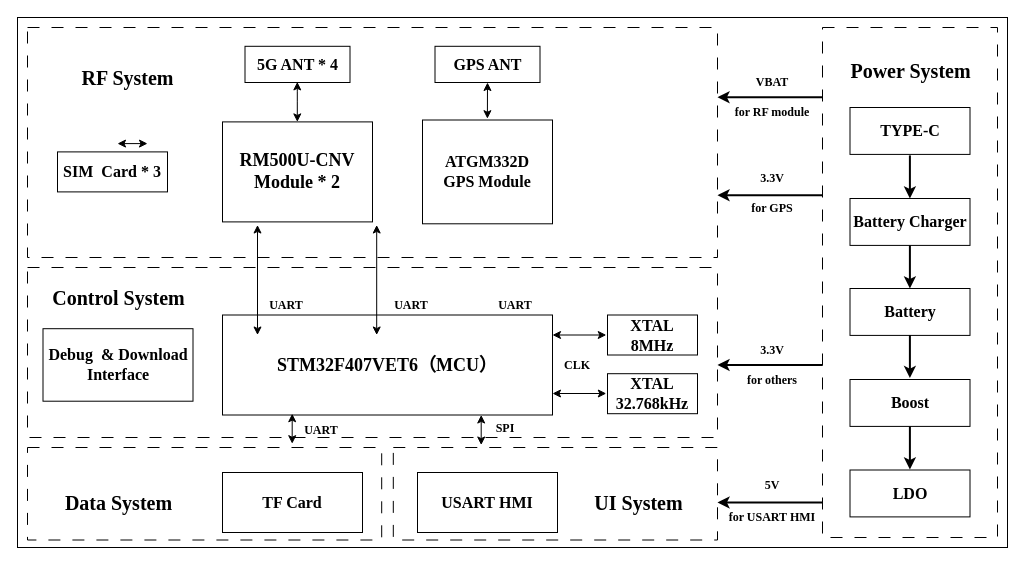
zeandon/draw.io keeps this draw.io diagram as ICCC_block_V4.0.drawio. Above is the earlier version. Source tidied: cells renumbered, new cells numbered last; positions are measured from the earlier drawing's top-left corner, leaving out a move shared by most shapes. Both pictures are drawn from the tidied source at 100%, with x=0, y=0 at pixel (17, 17).
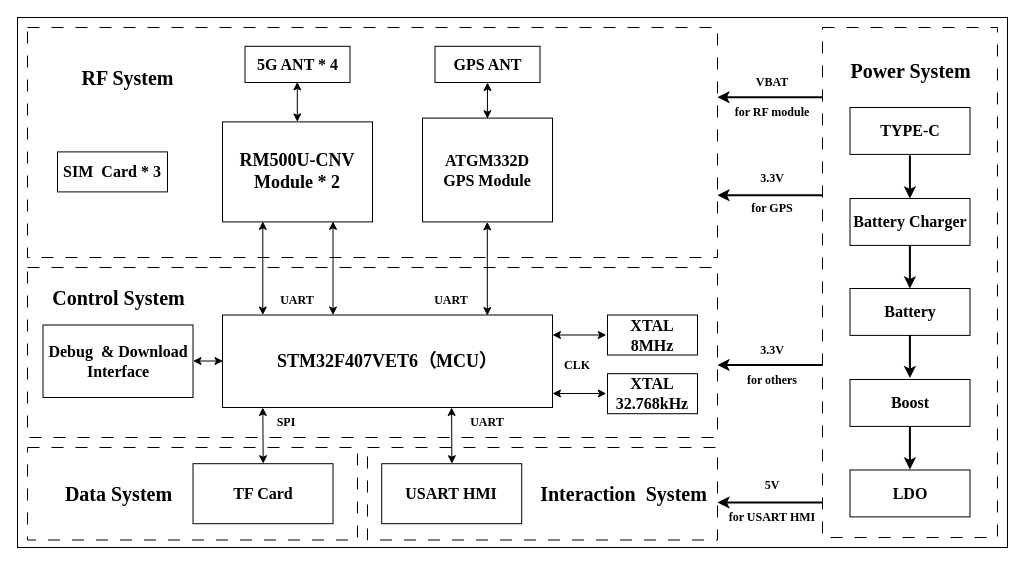
Above is the later version.

The edit, as a diff of the source:
```diff
@@
     <mxCell id="3" style="rounded=0;whiteSpace=wrap;html=1;fontStyle=1;fontFamily=Times New Roman;fontSize=16;dashed=1;dashPattern=12 12;" parent="1" vertex="1">
-      <mxGeometry x="375.8" y="430" width="324.2" height="92.5" as="geometry" />
+      <mxGeometry x="350" y="430" width="350" height="92.5" as="geometry" />
     </mxCell>
     <mxCell id="4" style="rounded=0;whiteSpace=wrap;html=1;fontStyle=1;fontFamily=Times New Roman;fontSize=16;dashed=1;dashPattern=12 12;" parent="1" vertex="1">
-      <mxGeometry x="10" y="430" width="354.2" height="92.5" as="geometry" />
+      <mxGeometry x="10" y="430" width="330" height="92.5" as="geometry" />
     </mxCell>
@@
     <mxCell id="11" value="UART" style="text;html=1;whiteSpace=wrap;strokeColor=none;fillColor=none;align=center;verticalAlign=middle;rounded=0;fontStyle=1;fontSize=12;fontFamily=Times New Roman;" parent="1" vertex="1">
-      <mxGeometry x="239" y="272.5" width="60" height="30" as="geometry" />
+      <mxGeometry x="250" y="267.5" width="60" height="30" as="geometry" />
     </mxCell>
     <mxCell id="12" value="UART" style="text;html=1;whiteSpace=wrap;strokeColor=none;fillColor=none;align=center;verticalAlign=middle;rounded=0;fontStyle=1;fontSize=12;fontFamily=Times New Roman;" parent="1" vertex="1">
-      <mxGeometry x="364.2" y="272.5" width="60" height="30" as="geometry" />
+      <mxGeometry x="404" y="267.5" width="60" height="30" as="geometry" />
     </mxCell>
@@
     <mxCell id="14" value="STM32F407V&lt;span style=&quot;background-color: transparent; color: light-dark(rgb(0, 0, 0), rgb(255, 255, 255));&quot;&gt;ET6（MCU）&lt;/span&gt;" style="rounded=0;whiteSpace=wrap;html=1;fontStyle=1;fontFamily=Times New Roman;fontSize=18;" parent="1" vertex="1">
-      <mxGeometry x="205" y="297.5" width="330" height="100" as="geometry" />
+      <mxGeometry x="205" y="297.5" width="330" height="92.5" as="geometry" />
     </mxCell>
@@
     <mxCell id="16" value="Debug&amp;nbsp; &amp;amp; Download Interface" style="rounded=0;whiteSpace=wrap;html=1;fontStyle=1;fontFamily=Times New Roman;fontSize=16;" parent="1" vertex="1">
-      <mxGeometry x="25.5" y="311.2" width="150" height="72.5" as="geometry" />
+      <mxGeometry x="25.5" y="307.5" width="150" height="72.5" as="geometry" />
     </mxCell>
     <mxCell id="17" value="USART&amp;nbsp;&lt;span style=&quot;background-color: transparent; color: light-dark(rgb(0, 0, 0), rgb(255, 255, 255));&quot;&gt;HMI&lt;/span&gt;" style="rounded=0;whiteSpace=wrap;html=1;fontStyle=1;fontFamily=Times New Roman;fontSize=16;" parent="1" vertex="1">
-      <mxGeometry x="400" y="455" width="140" height="60" as="geometry" />
+      <mxGeometry x="364.2" y="446.2" width="140" height="60" as="geometry" />
     </mxCell>
@@
     <mxCell id="24" value="TF Card" style="rounded=0;whiteSpace=wrap;html=1;fontStyle=1;fontFamily=Times New Roman;fontSize=16;" parent="1" vertex="1">
-      <mxGeometry x="205" y="455" width="140" height="60" as="geometry" />
+      <mxGeometry x="175.5" y="446.2" width="140" height="60" as="geometry" />
     </mxCell>
     <mxCell id="25" style="endArrow=classic;startArrow=classic;html=1;rounded=0;fontFamily=Times New Roman;" parent="1" edge="1">
       <mxGeometry relative="1" as="geometry">
-        <mxPoint x="100" y="126.1" as="sourcePoint" />
-        <mxPoint x="130" y="126.1" as="targetPoint" />
+        <mxPoint x="175.5" y="343.5" as="sourcePoint" />
+        <mxPoint x="205.5" y="343.5" as="targetPoint" />
       </mxGeometry>
     </mxCell>
@@
     <mxCell id="34" value="&lt;div&gt;&lt;div class=&quot;old-record-id-EkiNdZjjBor4kKx9q06cBJtBn5e&quot;&gt;ATGM332D&lt;/div&gt;&lt;/div&gt;&lt;span data-lark-record-data=&quot;{&amp;quot;rootId&amp;quot;:&amp;quot;WC7idygdLo3EwxxI4wccTYTrntd&amp;quot;,&amp;quot;text&amp;quot;:{&amp;quot;initialAttributedTexts&amp;quot;:{&amp;quot;text&amp;quot;:{&amp;quot;0&amp;quot;:&amp;quot;ATGM332D&amp;quot;},&amp;quot;attribs&amp;quot;:{&amp;quot;0&amp;quot;:&amp;quot;*0+8&amp;quot;}},&amp;quot;apool&amp;quot;:{&amp;quot;numToAttrib&amp;quot;:{&amp;quot;0&amp;quot;:[&amp;quot;author&amp;quot;,&amp;quot;7430727519390695452&amp;quot;]},&amp;quot;nextNum&amp;quot;:1}},&amp;quot;type&amp;quot;:&amp;quot;text&amp;quot;,&amp;quot;referenceRecordMap&amp;quot;:{},&amp;quot;extra&amp;quot;:{&amp;quot;channel&amp;quot;:&amp;quot;saas&amp;quot;,&amp;quot;isEqualBlockSelection&amp;quot;:false,&amp;quot;pasteRandomId&amp;quot;:&amp;quot;4cfd0e9a-30e1-4352-a2b7-8c5324ee6488&amp;quot;,&amp;quot;mention_page_title&amp;quot;:{},&amp;quot;external_mention_url&amp;quot;:{}},&amp;quot;isKeepQuoteContainer&amp;quot;:false,&amp;quot;isFromCode&amp;quot;:false,&amp;quot;selection&amp;quot;:[{&amp;quot;id&amp;quot;:43,&amp;quot;type&amp;quot;:&amp;quot;text&amp;quot;,&amp;quot;selection&amp;quot;:{&amp;quot;start&amp;quot;:46,&amp;quot;end&amp;quot;:54},&amp;quot;recordId&amp;quot;:&amp;quot;EkiNdZjjBor4kKx9q06cBJtBn5e&amp;quot;}],&amp;quot;payloadMap&amp;quot;:{},&amp;quot;isCut&amp;quot;:false}&quot; class=&quot;lark-record-clipboard&quot;&gt;&lt;/span&gt;GPS Module" style="rounded=0;whiteSpace=wrap;html=1;fontStyle=1;fontFamily=Times New Roman;fontSize=16;" parent="1" vertex="1">
-      <mxGeometry x="405" y="102.5" width="130" height="103.8" as="geometry" />
+      <mxGeometry x="405" y="100.6" width="130" height="103.8" as="geometry" />
     </mxCell>
@@
     <mxCell id="36" value="UART" style="text;html=1;whiteSpace=wrap;strokeColor=none;fillColor=none;align=center;verticalAlign=middle;rounded=0;fontStyle=1;fontSize=12;fontFamily=Times New Roman;" parent="1" vertex="1">
-      <mxGeometry x="274.2" y="397.5" width="60" height="30" as="geometry" />
+      <mxGeometry x="440" y="390" width="60" height="30" as="geometry" />
     </mxCell>
-    <mxCell id="37" value="UART" style="text;html=1;whiteSpace=wrap;strokeColor=none;fillColor=none;align=center;verticalAlign=middle;rounded=0;fontStyle=1;fontSize=12;fontFamily=Times New Roman;" parent="1" vertex="1">
-      <mxGeometry x="467.5" y="272.5" width="60" height="30" as="geometry" />
-    </mxCell>
     <mxCell id="38" value="SPI" style="text;html=1;whiteSpace=wrap;strokeColor=none;fillColor=none;align=center;verticalAlign=middle;rounded=0;fontStyle=1;fontSize=12;fontFamily=Times New Roman;" parent="1" vertex="1">
-      <mxGeometry x="467.5" y="396.2" width="40" height="30" as="geometry" />
+      <mxGeometry x="249" y="390" width="40" height="30" as="geometry" />
     </mxCell>
@@
-    <mxCell id="42" style="endArrow=classic;startArrow=classic;html=1;rounded=0;fontFamily=Times New Roman;" parent="1" edge="1">
-      <mxGeometry relative="1" as="geometry">
-        <mxPoint x="463.7" y="427.5" as="sourcePoint" />
-        <mxPoint x="463.7" y="397.5" as="targetPoint" />
-      </mxGeometry>
-    </mxCell>
@@
-    <mxCell id="49" style="endArrow=classic;startArrow=classic;html=1;rounded=0;fontFamily=Times New Roman;" parent="1" edge="1">
-      <mxGeometry relative="1" as="geometry">
-        <mxPoint x="240" y="317.5" as="sourcePoint" />
-        <mxPoint x="240" y="207.5" as="targetPoint" />
-      </mxGeometry>
-    </mxCell>
-    <mxCell id="50" style="endArrow=classic;startArrow=classic;html=1;rounded=0;fontFamily=Times New Roman;" parent="1" edge="1">
-      <mxGeometry relative="1" as="geometry">
-        <mxPoint x="359.2" y="317.5" as="sourcePoint" />
-        <mxPoint x="359.2" y="207.5" as="targetPoint" />
-      </mxGeometry>
-    </mxCell>
@@
-    <mxCell id="57" style="endArrow=classic;startArrow=classic;html=1;rounded=0;fontFamily=Times New Roman;" parent="1" edge="1">
-      <mxGeometry relative="1" as="geometry">
-        <mxPoint x="274.7" y="426.2" as="sourcePoint" />
-        <mxPoint x="274.7" y="396.2" as="targetPoint" />
-      </mxGeometry>
-    </mxCell>
     <mxCell id="58" value="&lt;font&gt;Data System&lt;/font&gt;" style="text;strokeColor=none;fillColor=none;html=1;fontSize=20;fontStyle=1;verticalAlign=middle;align=center;fontFamily=Times New Roman;" parent="1" vertex="1">
-      <mxGeometry x="30" y="465" width="141" height="40" as="geometry" />
+      <mxGeometry x="30" y="456.2" width="141" height="40" as="geometry" />
     </mxCell>
-    <mxCell id="59" value="&lt;font&gt;UI System&lt;/font&gt;" style="text;strokeColor=none;fillColor=none;html=1;fontSize=20;fontStyle=1;verticalAlign=middle;align=center;fontFamily=Times New Roman;" parent="1" vertex="1">
-      <mxGeometry x="550" y="465" width="141" height="40" as="geometry" />
+    <mxCell id="59" value="&lt;font&gt;Interaction &amp;nbsp;System&lt;/font&gt;" style="text;strokeColor=none;fillColor=none;html=1;fontSize=20;fontStyle=1;verticalAlign=middle;align=center;fontFamily=Times New Roman;" parent="1" vertex="1">
+      <mxGeometry x="535" y="455.9" width="141" height="40" as="geometry" />
     </mxCell>
+    <mxCell id="60" style="endArrow=classic;startArrow=classic;html=1;rounded=0;fontFamily=Times New Roman;entryX=0.122;entryY=0.998;entryDx=0;entryDy=0;entryPerimeter=0;" parent="1" edge="1">
+      <mxGeometry relative="1" as="geometry">
+        <mxPoint x="245.7" y="446.2" as="sourcePoint" />
+        <mxPoint x="245.3" y="390" as="targetPoint" />
+      </mxGeometry>
+    </mxCell>
+    <mxCell id="61" style="endArrow=classic;startArrow=classic;html=1;rounded=0;fontFamily=Times New Roman;entryX=0.122;entryY=0.998;entryDx=0;entryDy=0;entryPerimeter=0;" parent="1" edge="1">
+      <mxGeometry relative="1" as="geometry">
+        <mxPoint x="434.4" y="446.2" as="sourcePoint" />
+        <mxPoint x="434.1" y="390" as="targetPoint" />
+      </mxGeometry>
+    </mxCell>
+    <mxCell id="62" style="endArrow=classic;startArrow=classic;html=1;rounded=0;fontFamily=Times New Roman;exitX=0.103;exitY=0.006;exitDx=0;exitDy=0;exitPerimeter=0;" parent="1" edge="1">
+      <mxGeometry relative="1" as="geometry">
+        <mxPoint x="245.3" y="297.5" as="sourcePoint" />
+        <mxPoint x="245.3" y="203.9" as="targetPoint" />
+      </mxGeometry>
+    </mxCell>
+    <mxCell id="63" style="endArrow=classic;startArrow=classic;html=1;rounded=0;fontFamily=Times New Roman;exitX=0.103;exitY=0.006;exitDx=0;exitDy=0;exitPerimeter=0;" parent="1" edge="1">
+      <mxGeometry relative="1" as="geometry">
+        <mxPoint x="315.5" y="297.5" as="sourcePoint" />
+        <mxPoint x="315.5" y="203.9" as="targetPoint" />
+      </mxGeometry>
+    </mxCell>
+    <mxCell id="64" style="endArrow=classic;startArrow=classic;html=1;rounded=0;fontFamily=Times New Roman;exitX=0.103;exitY=0.006;exitDx=0;exitDy=0;exitPerimeter=0;" parent="1" edge="1">
+      <mxGeometry relative="1" as="geometry">
+        <mxPoint x="469.8" y="298" as="sourcePoint" />
+        <mxPoint x="469.8" y="204.4" as="targetPoint" />
+      </mxGeometry>
+    </mxCell>
```
